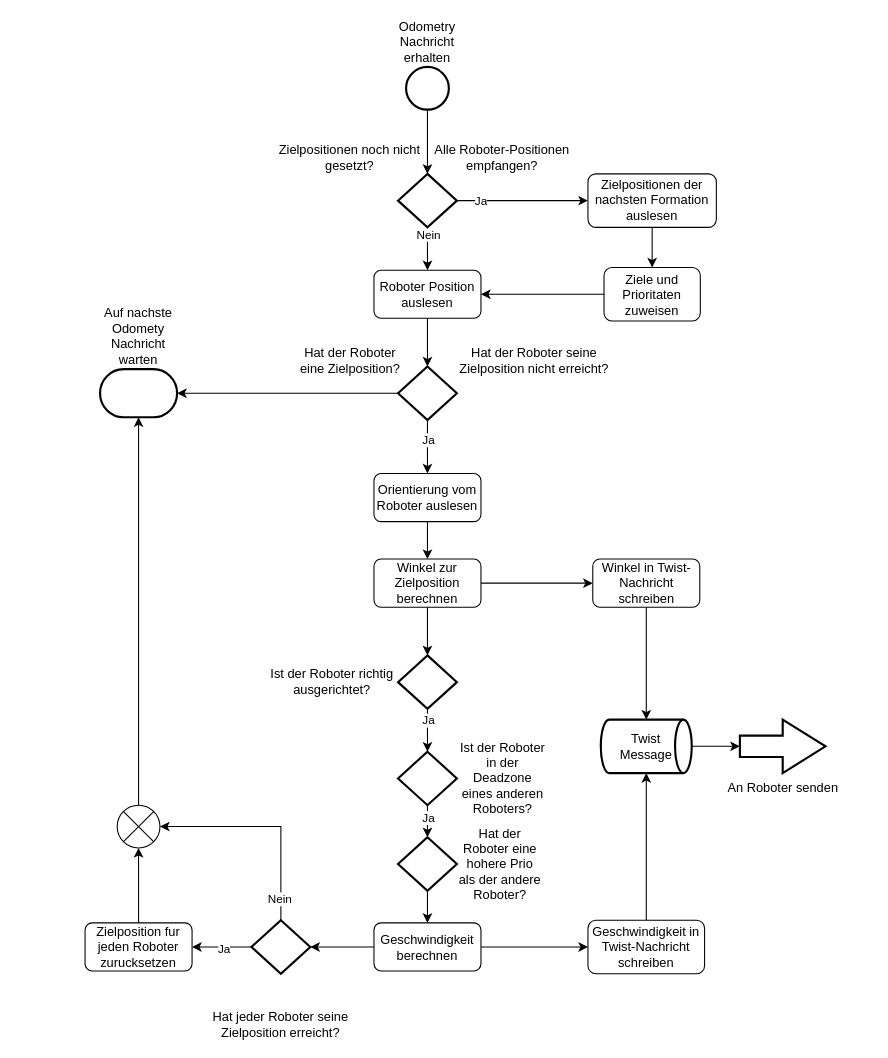
The draw.io diagram diagrams/target_asignemement_sequence.drawio in MariiaPoliakovaa/RobotFormations, before the edit. Source tidied: cells renumbered, new cells numbered last; positions are measured from the earlier drawing's top-left corner, leaving out a move shared by most shapes. Both pictures are drawn from the tidied source at 107%, with x=0, y=0 at pixel (85, 66).
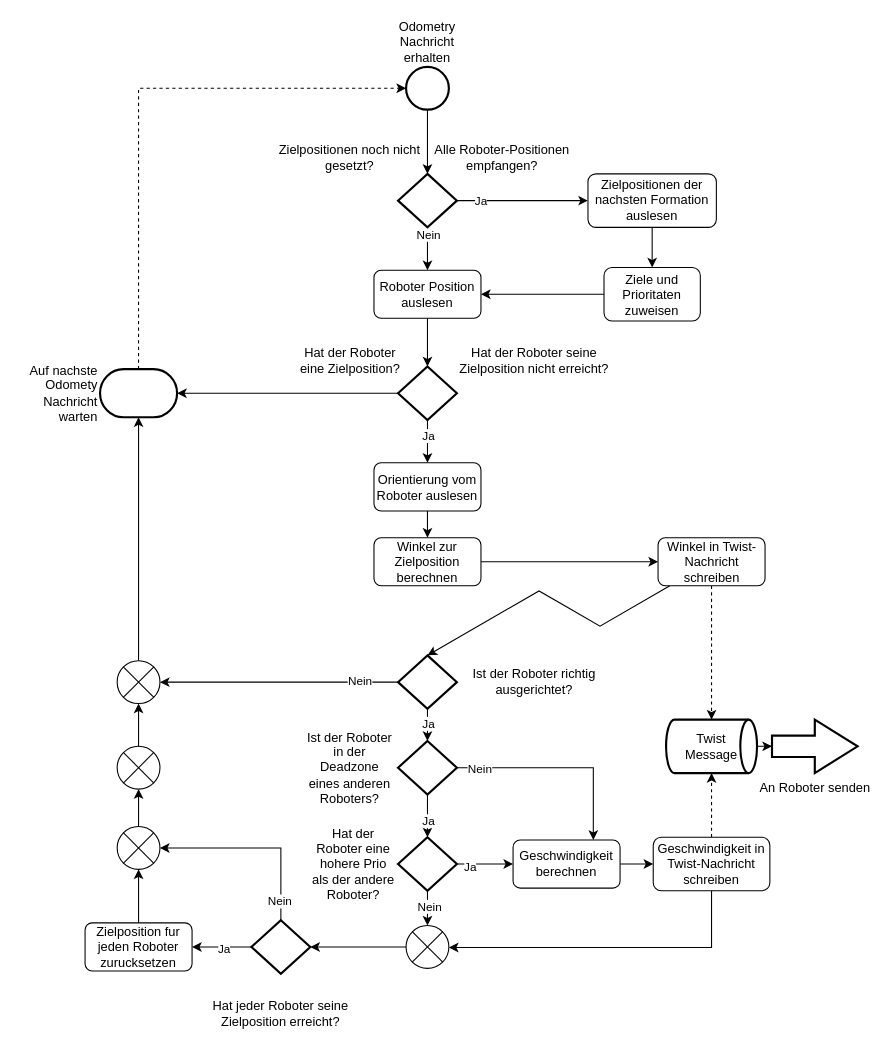
Above is the later version.

The change refers to these unchanged cells:
```xml
<mxCell id="3" value="Odometry Nachricht erhalten" style="strokeWidth=2;html=1;shape=mxgraph.flowchart.start_2;whiteSpace=wrap;verticalAlign=middle;labelPosition=center;verticalLabelPosition=top;align=center;spacingTop=-7;" parent="1" vertex="1">
  <mxGeometry x="300" width="40" height="40" as="geometry" />
</mxCell>
<mxCell id="30" style="strokeWidth=2;html=1;shape=mxgraph.flowchart.decision;whiteSpace=wrap;labelPosition=left;verticalLabelPosition=middle;align=right;verticalAlign=middle;" parent="1" vertex="1">
  <mxGeometry x="292.5" y="550" width="55" height="50" as="geometry" />
</mxCell>
<mxCell id="39" style="edgeStyle=orthogonalEdgeStyle;rounded=0;jettySize=auto;html=1;" parent="1" edge="1" source="40" target="33">
  <mxGeometry relative="1" as="geometry" />
</mxCell>
<mxCell id="40" style="strokeWidth=2;html=1;shape=mxgraph.flowchart.decision;whiteSpace=wrap;labelPosition=left;verticalLabelPosition=middle;align=right;verticalAlign=middle;" parent="1" vertex="1">
  <mxGeometry x="292.5" y="720" width="55" height="50" as="geometry" />
</mxCell>
<mxCell id="50" style="strokeWidth=2;html=1;shape=mxgraph.flowchart.decision;whiteSpace=wrap;labelPosition=left;verticalLabelPosition=middle;align=right;verticalAlign=middle;" parent="1" vertex="1">
  <mxGeometry x="155.5" y="797.5" width="55" height="50" as="geometry" />
</mxCell>
```

Diff of the diagram source:
```diff
@@
     <mxCell id="23" value="Orientierung vom&lt;br&gt;Roboter auslesen" style="rounded=1;whiteSpace=wrap;html=1;" parent="1" vertex="1">
-      <mxGeometry x="270" y="380" width="100" height="45" as="geometry" />
+      <mxGeometry x="270" y="370" width="100" height="45" as="geometry" />
     </mxCell>
-    <mxCell id="24" style="edgeStyle=orthogonalEdgeStyle;rounded=0;jettySize=auto;html=1;" parent="1" edge="1" source="26" target="30">
-      <mxGeometry relative="1" as="geometry" />
-    </mxCell>
@@
     <mxCell id="26" value="Winkel zur Zielposition berechnen" style="rounded=1;whiteSpace=wrap;html=1;" parent="1" vertex="1">
-      <mxGeometry x="270" y="460" width="100" height="45" as="geometry" />
+      <mxGeometry x="270" y="440" width="100" height="45" as="geometry" />
     </mxCell>
@@
+    <mxCell id="60" style="edgeStyle=orthogonalEdgeStyle;rounded=0;jettySize=auto;html=1;" parent="1" edge="1" source="30" target="70">
+      <mxGeometry relative="1" as="geometry" />
+    </mxCell>
+    <mxCell id="61" value="Nein" style="edgeLabel;html=1;align=center;verticalAlign=middle;" parent="60" vertex="1">
+      <mxGeometry x="-0.68" y="-2" relative="1" as="geometry" />
+    </mxCell>
@@
-    <mxCell id="31" style="edgeStyle=orthogonalEdgeStyle;rounded=0;jettySize=auto;html=1;" parent="1" edge="1" source="33" target="50">
-      <mxGeometry relative="1" as="geometry" />
-    </mxCell>
@@
     <mxCell id="33" value="Geschwindigkeit berechnen" style="rounded=1;whiteSpace=wrap;html=1;" parent="1" vertex="1">
-      <mxGeometry x="270" y="800" width="100" height="45" as="geometry" />
+      <mxGeometry x="400" y="722.5" width="100" height="45" as="geometry" />
     </mxCell>
@@
+    <mxCell id="62" style="edgeStyle=orthogonalEdgeStyle;rounded=0;jettySize=auto;html=1;entryX=0.75;entryY=0;entryDx=0;entryDy=0;" parent="1" edge="1" source="36" target="33">
+      <mxGeometry relative="1" as="geometry" />
+    </mxCell>
+    <mxCell id="63" value="Nein" style="edgeLabel;html=1;align=center;verticalAlign=middle;" parent="62" vertex="1">
+      <mxGeometry x="-0.87" y="-4" relative="1" as="geometry">
+        <mxPoint x="8" y="-4" as="offset" />
+      </mxGeometry>
+    </mxCell>
     <mxCell id="36" style="strokeWidth=2;html=1;shape=mxgraph.flowchart.decision;whiteSpace=wrap;labelPosition=left;verticalLabelPosition=middle;align=right;verticalAlign=middle;" parent="1" vertex="1">
-      <mxGeometry x="292.5" y="640" width="55" height="50" as="geometry" />
+      <mxGeometry x="292.5" y="630" width="55" height="50" as="geometry" />
     </mxCell>
     <mxCell id="37" value="&lt;span style=&quot;text-align: right;&quot;&gt;Ist der Roboter richtig ausgerichtet?&lt;/span&gt;" style="text;html=1;align=center;verticalAlign=middle;whiteSpace=wrap;rounded=0;" parent="1" vertex="1">
-      <mxGeometry x="162" y="560" width="138" height="30" as="geometry" />
+      <mxGeometry x="351" y="560" width="138" height="30" as="geometry" />
     </mxCell>
     <mxCell id="38" value="Ist der Roboter in der Deadzone eines anderen Roboters?" style="text;html=1;align=center;verticalAlign=middle;whiteSpace=wrap;rounded=0;" parent="1" vertex="1">
-      <mxGeometry x="348.8" y="650" width="82.5" height="30" as="geometry" />
+      <mxGeometry x="206.2" y="640" width="82.5" height="30" as="geometry" />
     </mxCell>
@@
+    <mxCell id="64" value="Ja" style="edgeLabel;html=1;align=center;verticalAlign=middle;" parent="39" vertex="1">
+      <mxGeometry x="-0.56" y="-2" relative="1" as="geometry" />
+    </mxCell>
+    <mxCell id="65" style="edgeStyle=orthogonalEdgeStyle;rounded=0;jettySize=auto;html=1;" parent="1" edge="1" source="40" target="76">
+      <mxGeometry relative="1" as="geometry" />
+    </mxCell>
+    <mxCell id="66" value="Nein" style="edgeLabel;html=1;align=center;verticalAlign=middle;" parent="65" vertex="1">
+      <mxGeometry x="0.22" y="1" relative="1" as="geometry" />
+    </mxCell>
@@
     <mxCell id="41" value="Hat der Roboter eine hohere Prio&lt;br&gt;als der andere Roboter?" style="text;html=1;align=center;verticalAlign=middle;whiteSpace=wrap;rounded=0;" parent="1" vertex="1">
-      <mxGeometry x="347.5" y="730" width="80" height="30" as="geometry" />
+      <mxGeometry x="210.5" y="730" width="80" height="30" as="geometry" />
     </mxCell>
-    <mxCell id="42" value="Auf nachste Odomety Nachricht warten" style="strokeWidth=2;html=1;shape=mxgraph.flowchart.terminator;whiteSpace=wrap;labelPosition=center;verticalLabelPosition=top;align=center;verticalAlign=bottom;" parent="1" vertex="1">
+    <mxCell id="42" value="Auf nachste Odomety Nachricht warten" style="strokeWidth=2;html=1;shape=mxgraph.flowchart.terminator;whiteSpace=wrap;labelPosition=left;verticalLabelPosition=middle;align=right;verticalAlign=middle;" parent="1" vertex="1">
       <mxGeometry x="14" y="282.5" width="72" height="45" as="geometry" />
     </mxCell>
@@
     <mxCell id="44" value="An Roboter senden" style="verticalLabelPosition=bottom;verticalAlign=top;html=1;strokeWidth=2;shape=mxgraph.arrows2.arrow;dy=0.6;dx=40;notch=0;" parent="1" vertex="1">
-      <mxGeometry x="612" y="610" width="80" height="50" as="geometry" />
+      <mxGeometry x="642" y="610" width="80" height="50" as="geometry" />
     </mxCell>
     <mxCell id="45" value="Twist&lt;div&gt;Message&lt;/div&gt;" style="strokeWidth=2;html=1;shape=mxgraph.flowchart.direct_data;whiteSpace=wrap;" parent="1" vertex="1">
-      <mxGeometry x="482" y="610" width="85" height="50" as="geometry" />
+      <mxGeometry x="543" y="610" width="85" height="50" as="geometry" />
     </mxCell>
@@
-    <mxCell id="48" style="edgeStyle=orthogonalEdgeStyle;rounded=0;jettySize=auto;html=1;" parent="1" edge="1" source="50" target="59">
+    <mxCell id="48" style="edgeStyle=orthogonalEdgeStyle;rounded=0;jettySize=auto;html=1;entryX=1;entryY=0.5;entryDx=0;entryDy=0;entryPerimeter=0;" parent="1" edge="1" source="50" target="59">
       <mxGeometry relative="1" as="geometry">
         <Array as="points">
-          <mxPoint x="183" y="710" />
+          <mxPoint x="183" y="730" />
         </Array>
       </mxGeometry>
     </mxCell>
@@
     <mxCell id="51" value="Hat jeder Roboter seine Zielposition erreicht?" style="text;html=1;align=center;verticalAlign=middle;whiteSpace=wrap;rounded=0;" parent="1" vertex="1">
-      <mxGeometry x="110" y="880" width="146" height="30" as="geometry" />
+      <mxGeometry x="110" y="870" width="146" height="30" as="geometry" />
     </mxCell>
+    <mxCell id="67" style="edgeStyle=isometricEdgeStyle;rounded=0;jettySize=auto;html=1;entryX=0.5;entryY=0;entryDx=0;entryDy=0;entryPerimeter=0;" parent="1" edge="1" source="53" target="30">
+      <mxGeometry relative="1" as="geometry" />
+    </mxCell>
-    <mxCell id="52" style="edgeStyle=orthogonalEdgeStyle;rounded=0;jettySize=auto;html=1;" parent="1" edge="1" source="53" target="45">
+    <mxCell id="52" style="edgeStyle=orthogonalEdgeStyle;rounded=0;jettySize=auto;html=1;dashed=1;" parent="1" edge="1" source="53" target="45">
       <mxGeometry relative="1" as="geometry" />
     </mxCell>
     <mxCell id="53" value="Winkel in Twist-Nachricht schreiben" style="rounded=1;whiteSpace=wrap;html=1;" parent="1" vertex="1">
-      <mxGeometry x="474.5" y="460" width="100" height="45" as="geometry" />
+      <mxGeometry x="535.5" y="440" width="100" height="45" as="geometry" />
     </mxCell>
-    <mxCell id="54" style="edgeStyle=orthogonalEdgeStyle;rounded=0;jettySize=auto;html=1;" parent="1" edge="1" source="55" target="45">
+    <mxCell id="54" style="edgeStyle=orthogonalEdgeStyle;rounded=0;jettySize=auto;html=1;dashed=1;" parent="1" edge="1" source="55" target="45">
       <mxGeometry relative="1" as="geometry" />
     </mxCell>
+    <mxCell id="68" style="edgeStyle=orthogonalEdgeStyle;rounded=0;jettySize=auto;html=1;" parent="1" edge="1" source="55" target="76">
+      <mxGeometry relative="1" as="geometry">
+        <Array as="points">
+          <mxPoint x="586" y="823" />
+        </Array>
+      </mxGeometry>
+    </mxCell>
     <mxCell id="55" value="Geschwindigkeit in Twist-Nachricht schreiben" style="rounded=1;whiteSpace=wrap;html=1;" parent="1" vertex="1">
-      <mxGeometry x="470" y="797.5" width="109" height="50" as="geometry" />
+      <mxGeometry x="531" y="720" width="109" height="50" as="geometry" />
     </mxCell>
@@
-    <mxCell id="58" style="edgeStyle=orthogonalEdgeStyle;rounded=0;jettySize=auto;html=1;" parent="1" edge="1" source="59" target="42">
-      <mxGeometry relative="1" as="geometry" />
-    </mxCell>
     <mxCell id="59" style="verticalLabelPosition=bottom;verticalAlign=top;html=1;shape=mxgraph.flowchart.or;" parent="1" vertex="1">
-      <mxGeometry x="30" y="690" width="40" height="40" as="geometry" />
+      <mxGeometry x="30" y="710" width="40" height="40" as="geometry" />
     </mxCell>
+    <mxCell id="69" style="edgeStyle=orthogonalEdgeStyle;rounded=0;jettySize=auto;html=1;" parent="1" edge="1" source="70" target="42">
+      <mxGeometry relative="1" as="geometry" />
+    </mxCell>
+    <mxCell id="70" style="verticalLabelPosition=bottom;verticalAlign=top;html=1;shape=mxgraph.flowchart.or;" parent="1" vertex="1">
+      <mxGeometry x="30" y="555" width="40" height="40" as="geometry" />
+    </mxCell>
+    <mxCell id="71" style="edgeStyle=orthogonalEdgeStyle;rounded=0;jettySize=auto;html=1;entryX=0;entryY=0.5;entryDx=0;entryDy=0;entryPerimeter=0;dashed=1;" parent="1" edge="1" source="42" target="3">
+      <mxGeometry relative="1" as="geometry">
+        <Array as="points">
+          <mxPoint x="50" y="20" />
+        </Array>
+      </mxGeometry>
+    </mxCell>
+    <mxCell id="72" style="verticalLabelPosition=bottom;verticalAlign=top;html=1;shape=mxgraph.flowchart.or;" parent="1" vertex="1">
+      <mxGeometry x="30" y="635" width="40" height="40" as="geometry" />
+    </mxCell>
+    <mxCell id="73" style="edgeStyle=orthogonalEdgeStyle;rounded=0;jettySize=auto;html=1;entryX=0.5;entryY=1;entryDx=0;entryDy=0;entryPerimeter=0;" parent="1" edge="1" source="59" target="72">
+      <mxGeometry relative="1" as="geometry" />
+    </mxCell>
+    <mxCell id="74" style="edgeStyle=orthogonalEdgeStyle;rounded=0;jettySize=auto;html=1;entryX=0.5;entryY=1;entryDx=0;entryDy=0;entryPerimeter=0;" parent="1" edge="1" source="72" target="70">
+      <mxGeometry relative="1" as="geometry" />
+    </mxCell>
+    <mxCell id="75" style="edgeStyle=orthogonalEdgeStyle;rounded=0;jettySize=auto;html=1;" parent="1" edge="1" source="76" target="50">
+      <mxGeometry relative="1" as="geometry" />
+    </mxCell>
+    <mxCell id="76" style="verticalLabelPosition=bottom;verticalAlign=top;html=1;shape=mxgraph.flowchart.or;" parent="1" vertex="1">
+      <mxGeometry x="300" y="802.5" width="40" height="40" as="geometry" />
+    </mxCell>
```
